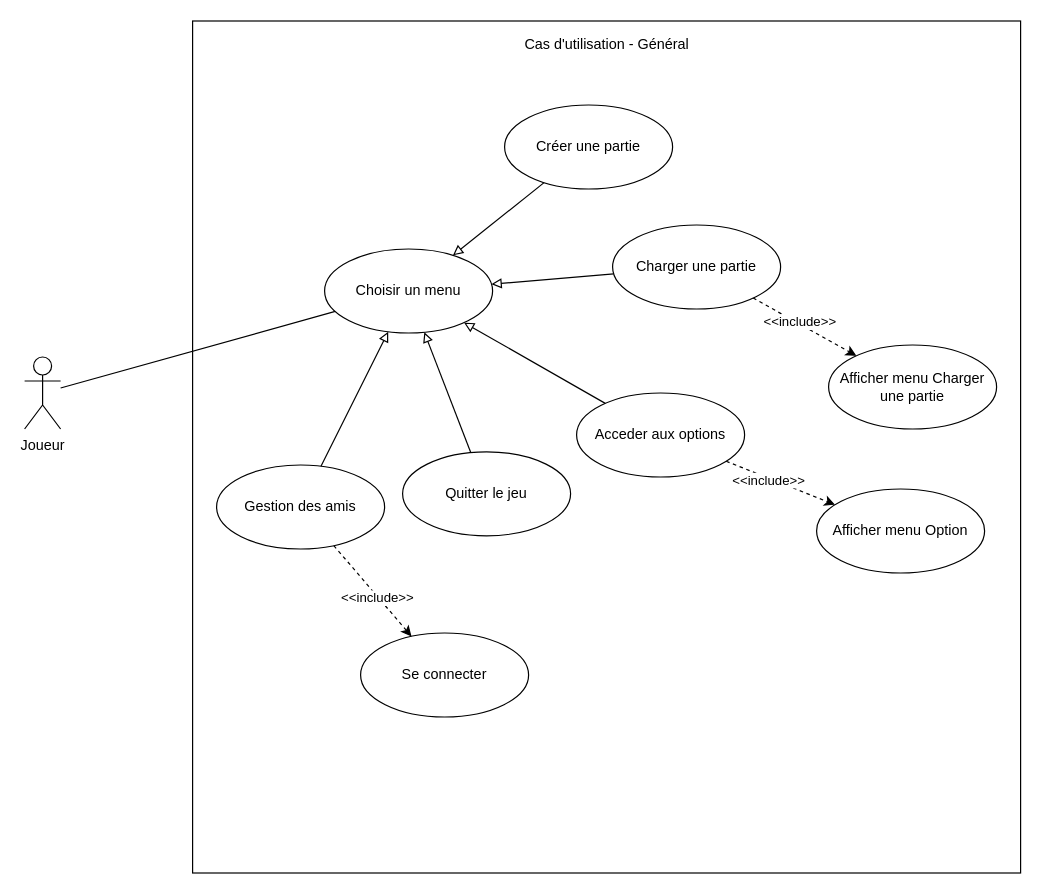
Earlier version of the draw.io diagram Diagrammes/Diagramme cas d'utilisation - Général.drawio (Eoloc/M1MIAGE_ProjetUML). Source tidied: cells renumbered, new cells numbered last; positions are measured from the earlier drawing's top-left corner, leaving out a move shared by most shapes. Both pictures are drawn from the tidied source at 120%, with x=0, y=0 at pixel (24, 20).
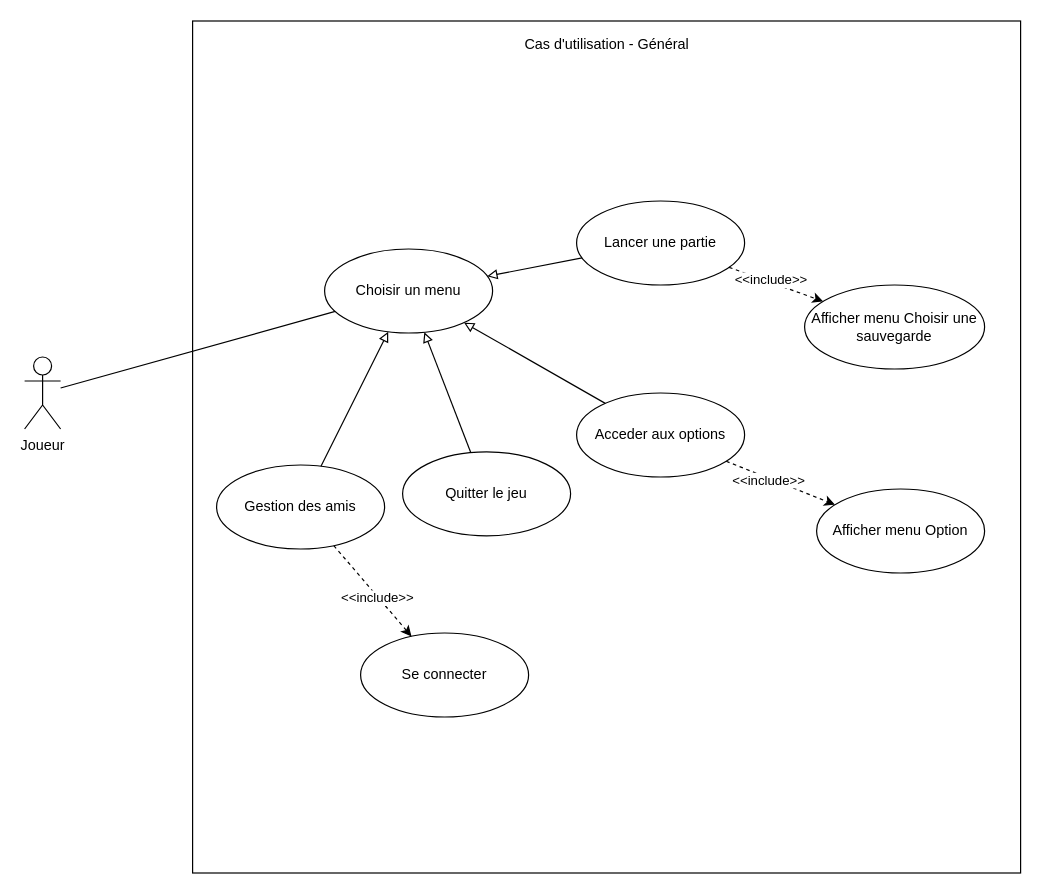
After the change.

Unchanged cells that the change refers to:
```xml
<mxCell id="26" value="Choisir un menu" style="ellipse;whiteSpace=wrap;html=1;" parent="1" vertex="1">
  <mxGeometry x="250" y="190" width="140" height="70" as="geometry" />
</mxCell>
```

Change to the diagram source:
```diff
@@
-    <mxCell id="8" value="Créer une partie" style="ellipse;whiteSpace=wrap;html=1;" parent="1" vertex="1">
-      <mxGeometry x="400" y="70" width="140" height="70" as="geometry" />
+    <mxCell id="8" value="Lancer une partie" style="ellipse;whiteSpace=wrap;html=1;" parent="1" vertex="1">
+      <mxGeometry x="460" y="150" width="140" height="70" as="geometry" />
     </mxCell>
-    <mxCell id="9" style="edgeStyle=none;rounded=0;jettySize=auto;html=1;endArrow=classic;endFill=1;dashed=1;" parent="1" edge="1" source="12" target="14">
+    <mxCell id="9" style="edgeStyle=none;rounded=0;jettySize=auto;html=1;endArrow=classic;endFill=1;dashed=1;" parent="1" edge="1" source="8" target="14">
       <mxGeometry relative="1" as="geometry" />
     </mxCell>
@@
-    <mxCell id="12" value="Charger une partie" style="ellipse;whiteSpace=wrap;html=1;" parent="1" vertex="1">
-      <mxGeometry x="490" y="170" width="140" height="70" as="geometry" />
-    </mxCell>
@@
-    <mxCell id="14" value="Afficher menu Charger une partie" style="ellipse;whiteSpace=wrap;html=1;" parent="1" vertex="1">
-      <mxGeometry x="670" y="270" width="140" height="70" as="geometry" />
+    <mxCell id="14" value="Afficher menu Choisir une sauvegarde" style="ellipse;whiteSpace=wrap;html=1;" parent="1" vertex="1">
+      <mxGeometry x="650" y="220" width="150" height="70" as="geometry" />
     </mxCell>
@@
-    <mxCell id="21" style="edgeStyle=none;rounded=0;jettySize=auto;html=1;endArrow=none;endFill=0;startArrow=block;startFill=0;" parent="1" edge="1" source="26" target="8">
-      <mxGeometry relative="1" as="geometry" />
-    </mxCell>
-    <mxCell id="22" style="edgeStyle=none;rounded=0;jettySize=auto;html=1;startArrow=block;startFill=0;endArrow=none;endFill=0;" parent="1" edge="1" source="26" target="12">
+    <mxCell id="22" style="edgeStyle=none;rounded=0;jettySize=auto;html=1;startArrow=block;startFill=0;endArrow=none;endFill=0;" parent="1" edge="1" source="26" target="8">
       <mxGeometry relative="1" as="geometry" />
     </mxCell>
```
